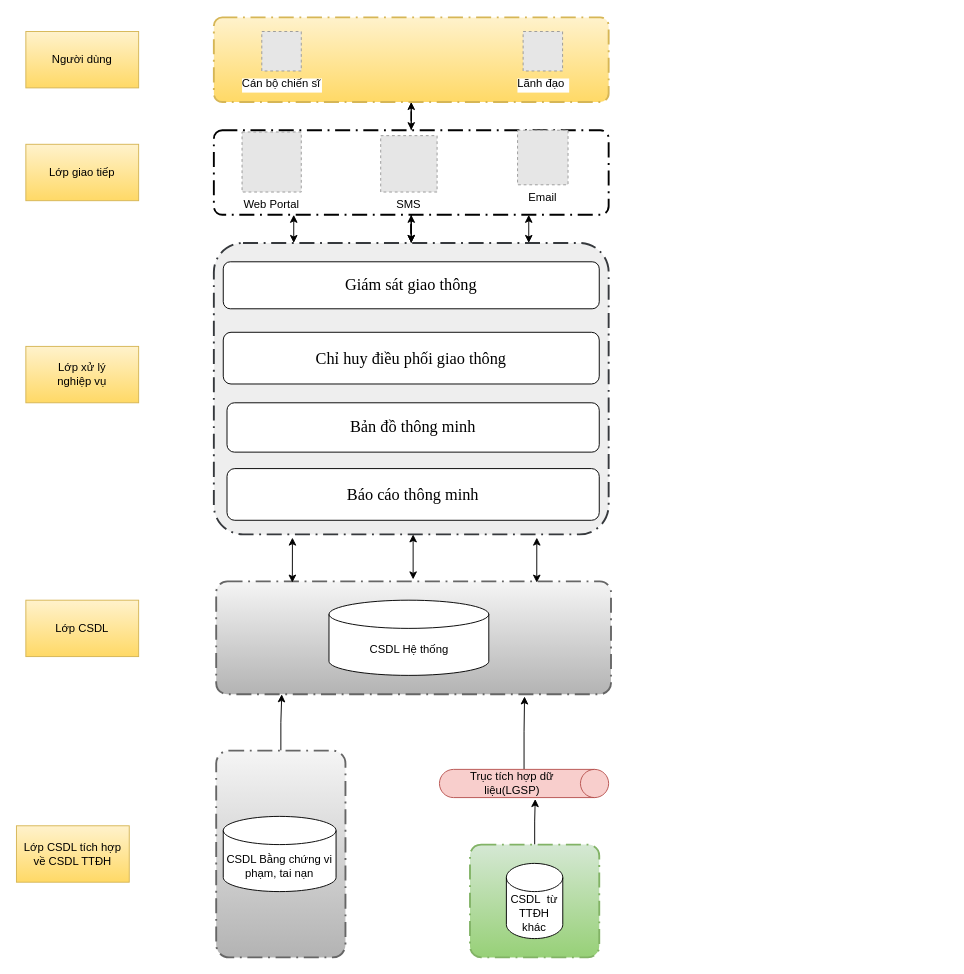
letheanh12345/Draw-io keeps this draw.io diagram as page "TTDH" (1 of 3) of Untitled Diagram.drawio. Above is the earlier version. Source tidied: cells renumbered, new cells numbered last; positions are measured from the earlier drawing's top-left corner, leaving out a move shared by most shapes. Both pictures are drawn from the tidied source at 94%, with x=0, y=0 at pixel (16, 17). Pictures stored in the file or linked from it are replaced by grey dashed boxes.
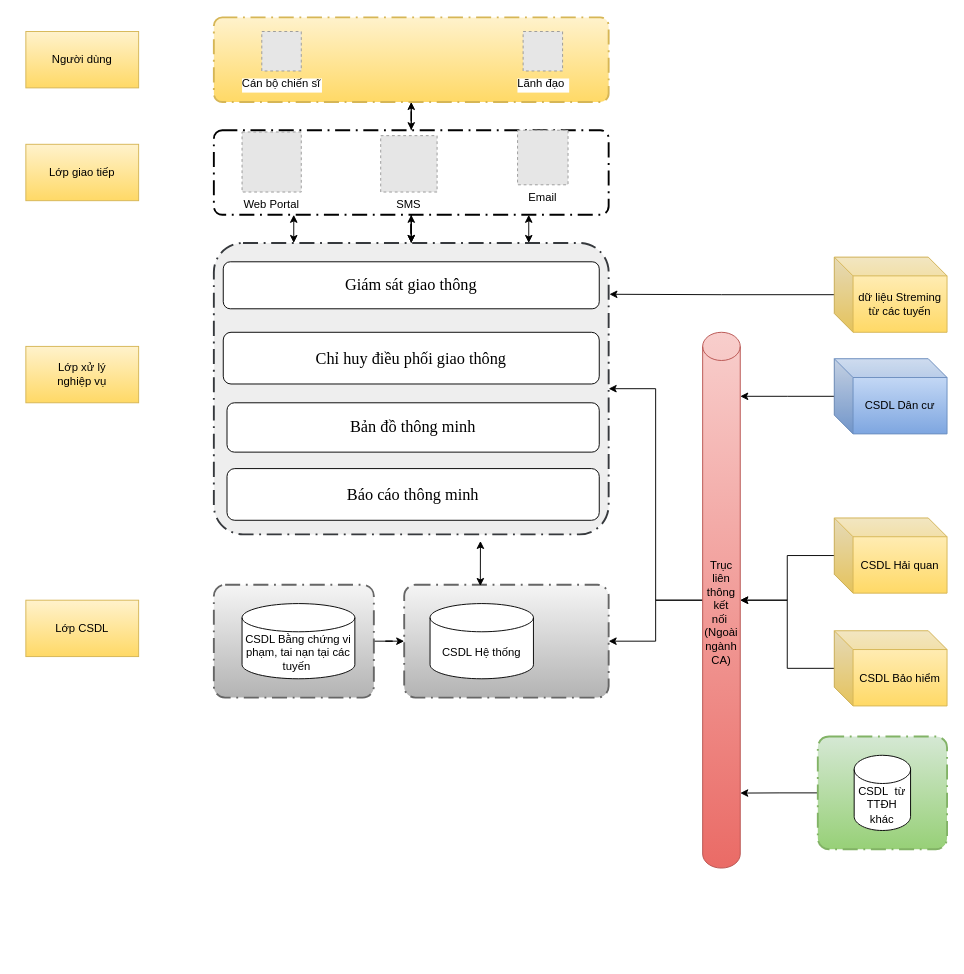
The same page after the edit.

The change refers to these unchanged cells:
```xml
<mxCell id="13" style="points=[[0.25,0,0],[0.5,0,0],[0.75,0,0],[1,0.25,0],[1,0.5,0],[1,0.75,0],[0.75,1,0],[0.5,1,0],[0.25,1,0],[0,0.75,0],[0,0.5,0],[0,0.25,0]];rounded=1;arcSize=10;dashed=1;strokeColor=#36393d;fillColor=#eeeeee;dashPattern=8 3 1 3;strokeWidth=2;fontStyle=1;fontSize=20;" parent="1" vertex="1">
  <mxGeometry x="210" y="240" width="420" height="310" as="geometry" />
</mxCell>
```

The edit, as a diff of the source:
```diff
@@
     <mxCell id="18" style="points=[[0.25,0,0],[0.5,0,0],[0.75,0,0],[1,0.25,0],[1,0.5,0],[1,0.75,0],[0.75,1,0],[0.5,1,0],[0.25,1,0],[0,0.75,0],[0,0.5,0],[0,0.25,0]];rounded=1;arcSize=10;dashed=1;strokeColor=#666666;fillColor=#f5f5f5;gradientColor=#b3b3b3;dashPattern=8 3 1 3;strokeWidth=2;fontStyle=1;fontSize=20;" parent="1" vertex="1">
-      <mxGeometry x="212.5" y="600" width="420" height="120" as="geometry" />
+      <mxGeometry x="412.5" y="603.6" width="217.5" height="120" as="geometry" />
     </mxCell>
     <mxCell id="19" value="CSDL Hệ thống" style="shape=cylinder3;whiteSpace=wrap;html=1;boundedLbl=1;backgroundOutline=1;size=15;" parent="1" vertex="1">
-      <mxGeometry x="332.5" y="620" width="170" height="80" as="geometry" />
+      <mxGeometry x="440" y="623.6" width="110" height="80" as="geometry" />
     </mxCell>
@@
-    <mxCell id="27" style="endArrow=classic;startArrow=classic;html=1;rounded=0;entryX=0.818;entryY=1.011;entryDx=0;entryDy=0;entryPerimeter=0;exitX=0.812;exitY=0.011;exitDx=0;exitDy=0;exitPerimeter=0;" parent="1" edge="1" source="18" target="13">
-      <mxGeometry relative="1" as="geometry" />
-    </mxCell>
-    <mxCell id="28" style="endArrow=classic;startArrow=classic;html=1;rounded=0;entryX=0.818;entryY=1.011;entryDx=0;entryDy=0;entryPerimeter=0;exitX=0.812;exitY=0.011;exitDx=0;exitDy=0;exitPerimeter=0;" parent="1" edge="1">
-      <mxGeometry relative="1" as="geometry">
-        <mxPoint x="422" y="597.9" as="sourcePoint" />
-        <mxPoint x="422" y="550" as="targetPoint" />
-      </mxGeometry>
-    </mxCell>
     <mxCell id="29" style="endArrow=classic;startArrow=classic;html=1;rounded=0;entryX=0.818;entryY=1.011;entryDx=0;entryDy=0;entryPerimeter=0;exitX=0.812;exitY=0.011;exitDx=0;exitDy=0;exitPerimeter=0;" parent="1" edge="1">
       <mxGeometry relative="1" as="geometry">
-        <mxPoint x="293.5" y="601.3" as="sourcePoint" />
-        <mxPoint x="293.6" y="553.4" as="targetPoint" />
+        <mxPoint x="493.5" y="604.9" as="sourcePoint" />
+        <mxPoint x="493.6" y="557" as="targetPoint" />
       </mxGeometry>
     </mxCell>
-    <mxCell id="30" style="edgeStyle=orthogonalEdgeStyle;rounded=0;jettySize=auto;html=1;entryX=0.166;entryY=1.001;entryDx=0;entryDy=0;entryPerimeter=0;" parent="1" edge="1" source="31" target="18">
-      <mxGeometry relative="1" as="geometry" />
-    </mxCell>
-    <mxCell id="31" style="points=[[0.25,0,0],[0.5,0,0],[0.75,0,0],[1,0.25,0],[1,0.5,0],[1,0.75,0],[0.75,1,0],[0.5,1,0],[0.25,1,0],[0,0.75,0],[0,0.5,0],[0,0.25,0]];rounded=1;arcSize=10;dashed=1;strokeColor=#666666;fillColor=#f5f5f5;gradientColor=#b3b3b3;dashPattern=8 3 1 3;strokeWidth=2;fontStyle=1;fontSize=20;" parent="1" vertex="1">
-      <mxGeometry x="212.5" y="780" width="137.5" height="220" as="geometry" />
-    </mxCell>
-    <mxCell id="32" value="Lớp CSDL tích hợp về CSDL TTĐH" style="rounded=0;whiteSpace=wrap;html=1;fillColor=#fff2cc;gradientColor=#ffd966;strokeColor=#d6b656;" parent="1" vertex="1">
-      <mxGeometry y="860" width="120" height="60" as="geometry" />
-    </mxCell>
-    <mxCell id="33" value="CSDL Bằng chứng vi phạm, tai nạn" style="shape=cylinder3;whiteSpace=wrap;html=1;boundedLbl=1;backgroundOutline=1;size=15;" parent="1" vertex="1">
-      <mxGeometry x="220" y="850" width="120" height="80" as="geometry" />
-    </mxCell>
-    <mxCell id="34" style="edgeStyle=orthogonalEdgeStyle;rounded=0;jettySize=auto;html=1;entryX=1.052;entryY=0.434;entryDx=0;entryDy=0;entryPerimeter=0;" parent="1" edge="1" source="35" target="38">
-      <mxGeometry relative="1" as="geometry" />
-    </mxCell>
+    <mxCell id="39" style="edgeStyle=orthogonalEdgeStyle;rounded=0;jettySize=auto;html=1;entryX=1;entryY=0.86;entryDx=0;entryDy=0;entryPerimeter=0;" parent="1" edge="1" source="35" target="44">
+      <mxGeometry relative="1" as="geometry" />
+    </mxCell>
     <mxCell id="35" style="points=[[0.25,0,0],[0.5,0,0],[0.75,0,0],[1,0.25,0],[1,0.5,0],[1,0.75,0],[0.75,1,0],[0.5,1,0],[0.25,1,0],[0,0.75,0],[0,0.5,0],[0,0.25,0]];rounded=1;arcSize=10;dashed=1;strokeColor=#82b366;fillColor=#d5e8d4;gradientColor=#97d077;dashPattern=8 3 1 3;strokeWidth=2;fontStyle=1;fontSize=20;" parent="1" vertex="1">
-      <mxGeometry x="482.5" y="880" width="137.5" height="120" as="geometry" />
+      <mxGeometry x="852.5" y="765" width="137.5" height="120" as="geometry" />
     </mxCell>
     <mxCell id="36" value="CSDL&amp;nbsp; từ TTĐH khác" style="shape=cylinder3;whiteSpace=wrap;html=1;boundedLbl=1;backgroundOutline=1;size=15;" parent="1" vertex="1">
-      <mxGeometry x="521.2" y="900" width="60" height="80" as="geometry" />
+      <mxGeometry x="891.2" y="785" width="60" height="80" as="geometry" />
     </mxCell>
-    <mxCell id="37" style="edgeStyle=orthogonalEdgeStyle;rounded=0;jettySize=auto;html=1;entryX=0.781;entryY=1.02;entryDx=0;entryDy=0;entryPerimeter=0;" parent="1" edge="1" source="38" target="18">
-      <mxGeometry relative="1" as="geometry" />
-    </mxCell>
-    <mxCell id="38" value="Trục tích hợp dữ liệu(LGSP)" style="shape=cylinder3;whiteSpace=wrap;html=1;boundedLbl=1;backgroundOutline=1;size=15;direction=south;fillColor=#f8cecc;strokeColor=#b85450;" parent="1" vertex="1">
-      <mxGeometry x="450" y="800" width="180" height="30" as="geometry" />
-    </mxCell>
+    <mxCell id="40" style="edgeStyle=orthogonalEdgeStyle;rounded=0;jettySize=auto;html=1;" parent="1" edge="1" source="41">
+      <mxGeometry relative="1" as="geometry">
+        <mxPoint x="770" y="403.1" as="targetPoint" />
+      </mxGeometry>
+    </mxCell>
+    <mxCell id="41" value="CSDL Dân cư" style="shape=cube;whiteSpace=wrap;html=1;boundedLbl=1;backgroundOutline=1;darkOpacity=0.05;darkOpacity2=0.1;fillColor=#dae8fc;gradientColor=#7ea6e0;strokeColor=#6c8ebf;" parent="1" vertex="1">
+      <mxGeometry x="870" y="363.1" width="120" height="80" as="geometry" />
+    </mxCell>
+    <mxCell id="42" style="edgeStyle=orthogonalEdgeStyle;rounded=0;jettySize=auto;html=1;" parent="1" edge="1" source="44" target="13">
+      <mxGeometry relative="1" as="geometry" />
+    </mxCell>
+    <mxCell id="43" style="edgeStyle=orthogonalEdgeStyle;rounded=0;jettySize=auto;html=1;" parent="1" edge="1" source="44" target="18">
+      <mxGeometry relative="1" as="geometry" />
+    </mxCell>
+    <mxCell id="44" value="Trục liên thông kết nối&amp;nbsp;&lt;br&gt;(Ngoài ngành CA)" style="shape=cylinder3;whiteSpace=wrap;html=1;boundedLbl=1;backgroundOutline=1;size=15;fillColor=#f8cecc;gradientColor=#ea6b66;strokeColor=#b85450;" parent="1" vertex="1">
+      <mxGeometry x="730" y="335" width="40" height="570" as="geometry" />
+    </mxCell>
+    <mxCell id="45" style="edgeStyle=orthogonalEdgeStyle;rounded=0;jettySize=auto;html=1;entryX=1;entryY=0.5;entryDx=0;entryDy=0;entryPerimeter=0;" parent="1" edge="1" source="46" target="44">
+      <mxGeometry relative="1" as="geometry" />
+    </mxCell>
+    <mxCell id="46" value="CSDL Hải quan" style="shape=cube;whiteSpace=wrap;html=1;boundedLbl=1;backgroundOutline=1;darkOpacity=0.05;darkOpacity2=0.1;fillColor=#fff2cc;gradientColor=#ffd966;strokeColor=#d6b656;" parent="1" vertex="1">
+      <mxGeometry x="870" y="532.5" width="120" height="80" as="geometry" />
+    </mxCell>
+    <mxCell id="47" style="edgeStyle=orthogonalEdgeStyle;rounded=0;jettySize=auto;html=1;entryX=1;entryY=0.5;entryDx=0;entryDy=0;entryPerimeter=0;" parent="1" edge="1" source="48" target="44">
+      <mxGeometry relative="1" as="geometry" />
+    </mxCell>
+    <mxCell id="48" value="CSDL Bảo hiểm" style="shape=cube;whiteSpace=wrap;html=1;boundedLbl=1;backgroundOutline=1;darkOpacity=0.05;darkOpacity2=0.1;fillColor=#fff2cc;gradientColor=#ffd966;strokeColor=#d6b656;" parent="1" vertex="1">
+      <mxGeometry x="870" y="652.5" width="120" height="80" as="geometry" />
+    </mxCell>
+    <mxCell id="49" style="edgeStyle=orthogonalEdgeStyle;rounded=0;jettySize=auto;html=1;entryX=1.002;entryY=0.176;entryDx=0;entryDy=0;entryPerimeter=0;" parent="1" edge="1" source="50" target="13">
+      <mxGeometry relative="1" as="geometry" />
+    </mxCell>
+    <mxCell id="50" value="dữ liệu Streming từ các tuyến" style="shape=cube;whiteSpace=wrap;html=1;boundedLbl=1;backgroundOutline=1;darkOpacity=0.05;darkOpacity2=0.1;fillColor=#fff2cc;gradientColor=#ffd966;strokeColor=#d6b656;" parent="1" vertex="1">
+      <mxGeometry x="870" y="255" width="120" height="80" as="geometry" />
+    </mxCell>
+    <mxCell id="51" style="edgeStyle=orthogonalEdgeStyle;rounded=0;jettySize=auto;html=1;entryX=0;entryY=0.5;entryDx=0;entryDy=0;entryPerimeter=0;" parent="1" edge="1" source="52" target="18">
+      <mxGeometry relative="1" as="geometry" />
+    </mxCell>
+    <mxCell id="52" style="points=[[0.25,0,0],[0.5,0,0],[0.75,0,0],[1,0.25,0],[1,0.5,0],[1,0.75,0],[0.75,1,0],[0.5,1,0],[0.25,1,0],[0,0.75,0],[0,0.5,0],[0,0.25,0]];rounded=1;arcSize=10;dashed=1;strokeColor=#666666;fillColor=#f5f5f5;gradientColor=#b3b3b3;dashPattern=8 3 1 3;strokeWidth=2;fontStyle=1;fontSize=20;" parent="1" vertex="1">
+      <mxGeometry x="210" y="603.6" width="170.2" height="120" as="geometry" />
+    </mxCell>
+    <mxCell id="53" value="CSDL Bằng chứng vi phạm, tai nạn tại các tuyến&amp;nbsp;" style="shape=cylinder3;whiteSpace=wrap;html=1;boundedLbl=1;backgroundOutline=1;size=15;" parent="1" vertex="1">
+      <mxGeometry x="240" y="623.6" width="120" height="80" as="geometry" />
+    </mxCell>
```
